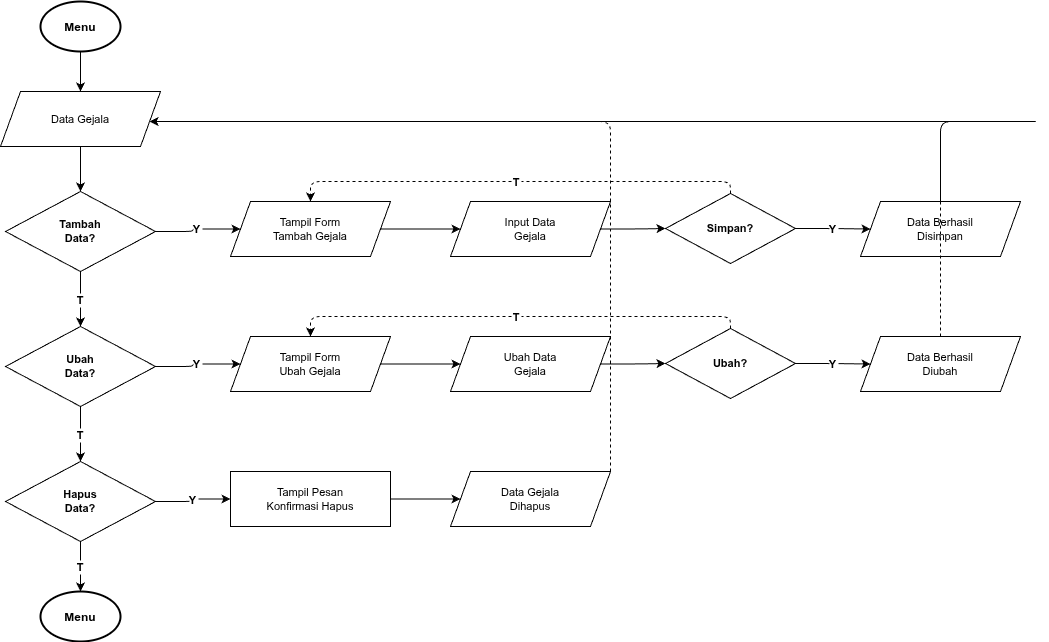
The draw.io diagram diagram/flowchart/11-flowchart-admin-gejala.png in RajaSunrise/kangkungku, before a commit. Source tidied: cells renumbered, new cells last; positions are measured from the earlier drawing's top-left corner, leaving out a move shared by most shapes.
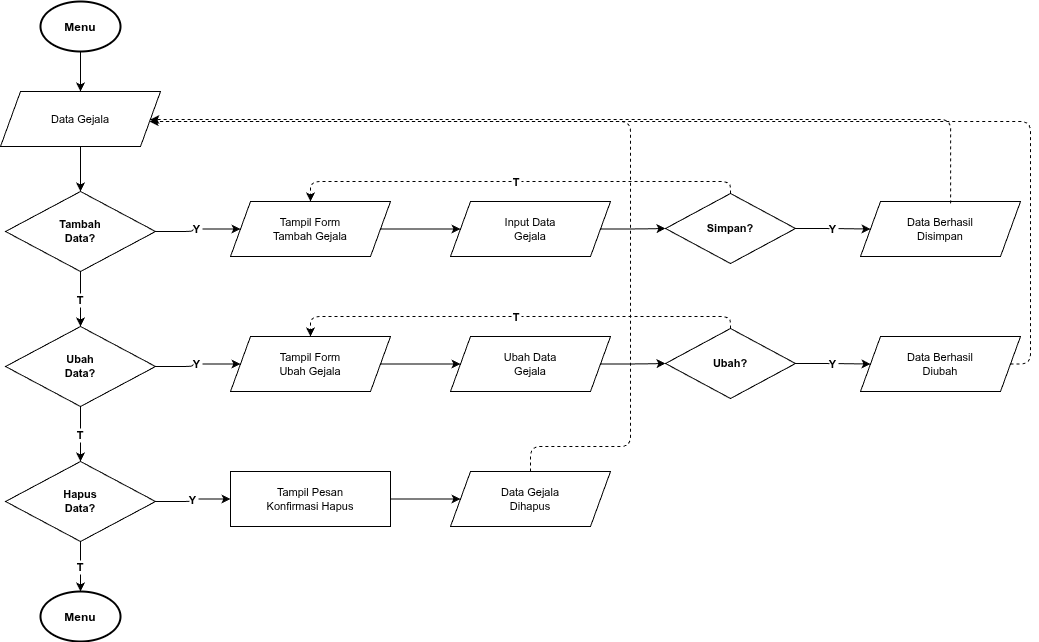
After the change.

The edit, as a diff of the source:
```diff
@@ -79,11 +79,10 @@
         </Array>
       </mxGeometry>
     </mxCell>
-    <mxCell id="26" style="edgeStyle=orthogonalEdgeStyle;dashed=1;" parent="1" edge="1" source="8" target="3">
+    <mxCell id="26" style="edgeStyle=orthogonalEdgeStyle;dashed=1;exitX=0.563;exitY=0.034;exitDx=0;exitDy=0;exitPerimeter=0;" parent="1" edge="1" source="8" target="3">
       <mxGeometry relative="1" as="geometry">
         <Array as="points">
-          <mxPoint x="1040" y="120" />
-          <mxPoint x="80" y="120" />
+          <mxPoint x="950" y="118" />
         </Array>
       </mxGeometry>
     </mxCell>
@@ -113,8 +112,8 @@
     <mxCell id="33" style="edgeStyle=orthogonalEdgeStyle;dashed=1;" parent="1" edge="1" source="13" target="3">
       <mxGeometry relative="1" as="geometry">
         <Array as="points">
-          <mxPoint x="1040" y="120" />
-          <mxPoint x="80" y="120" />
+          <mxPoint x="1030" y="363" />
+          <mxPoint x="1030" y="120" />
         </Array>
       </mxGeometry>
     </mxCell>
@@ -130,9 +129,9 @@
     <mxCell id="37" style="edgeStyle=orthogonalEdgeStyle;dashed=1;" parent="1" edge="1" source="16" target="3">
       <mxGeometry relative="1" as="geometry">
         <Array as="points">
-          <mxPoint x="610" y="445" />
-          <mxPoint x="610" y="120" />
-          <mxPoint x="80" y="120" />
+          <mxPoint x="530" y="445" />
+          <mxPoint x="630" y="445" />
+          <mxPoint x="630" y="120" />
         </Array>
       </mxGeometry>
     </mxCell>
```
